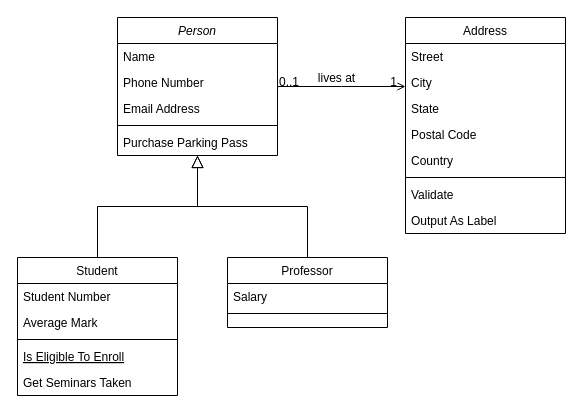
Before: Diagrama sin título.drawio in Yabhier/CodingDojo, a draw.io diagram. Source tidied: cells renumbered, new cells numbered last; positions are measured from the earlier drawing's top-left corner, leaving out a move shared by most shapes. Both pictures are drawn from the tidied source at 100%, with x=0, y=0 at pixel (17, 17).
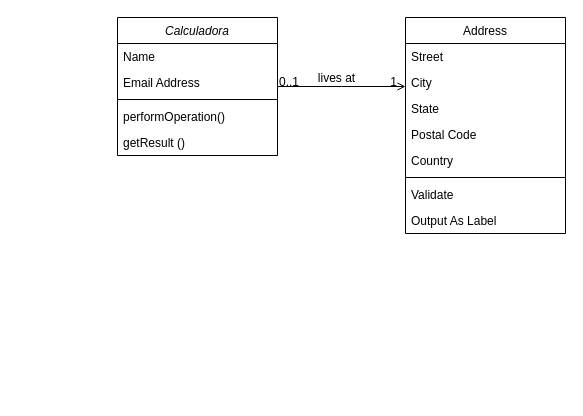
After the change.

What changed in the source:
```diff
@@
-    <mxCell id="2" value="Person" style="swimlane;fontStyle=2;align=center;verticalAlign=top;horizontal=1;startSize=26;rounded=0;shadow=0;strokeWidth=1;" parent="1" vertex="1">
+    <mxCell id="2" value="Calculadora" style="swimlane;fontStyle=2;align=center;verticalAlign=top;horizontal=1;startSize=26;rounded=0;shadow=0;strokeWidth=1;" parent="1" vertex="1">
       <mxGeometry x="100" width="160" height="138" as="geometry" />
     </mxCell>
@@
-    <mxCell id="4" value="Phone Number" style="text;align=left;verticalAlign=top;spacingLeft=4;spacingRight=4;overflow=hidden;rounded=0;shadow=0;html=0;" parent="2" vertex="1">
-      <mxGeometry y="52" width="160" height="26" as="geometry" />
-    </mxCell>
     <mxCell id="5" value="Email Address" style="text;align=left;verticalAlign=top;spacingLeft=4;spacingRight=4;overflow=hidden;rounded=0;shadow=0;html=0;" parent="2" vertex="1">
-      <mxGeometry y="78" width="160" height="26" as="geometry" />
+      <mxGeometry y="52" width="160" height="26" as="geometry" />
     </mxCell>
     <mxCell id="6" style="line;html=1;strokeWidth=1;align=left;verticalAlign=middle;spacingTop=-1;spacingLeft=3;spacingRight=3;labelPosition=right;" parent="2" vertex="1">
-      <mxGeometry y="104" width="160" height="8" as="geometry" />
+      <mxGeometry y="78" width="160" height="8" as="geometry" />
     </mxCell>
-    <mxCell id="7" value="Purchase Parking Pass" style="text;align=left;verticalAlign=top;spacingLeft=4;spacingRight=4;overflow=hidden;" parent="2" vertex="1">
-      <mxGeometry y="112" width="160" height="26" as="geometry" />
+    <mxCell id="7" value="performOperation()" style="text;align=left;verticalAlign=top;spacingLeft=4;spacingRight=4;overflow=hidden;" parent="2" vertex="1">
+      <mxGeometry y="86" width="160" height="26" as="geometry" />
     </mxCell>
-    <mxCell id="8" value="Student" style="swimlane;fontStyle=0;align=center;verticalAlign=top;horizontal=1;startSize=26;rounded=0;shadow=0;strokeWidth=1;" parent="1" vertex="1">
-      <mxGeometry y="240" width="160" height="138" as="geometry" />
-    </mxCell>
-    <mxCell id="9" value="Student Number" style="text;align=left;verticalAlign=top;spacingLeft=4;spacingRight=4;overflow=hidden;" parent="8" vertex="1">
-      <mxGeometry y="26" width="160" height="26" as="geometry" />
-    </mxCell>
-    <mxCell id="10" value="Average Mark" style="text;align=left;verticalAlign=top;spacingLeft=4;spacingRight=4;overflow=hidden;rounded=0;shadow=0;html=0;" parent="8" vertex="1">
-      <mxGeometry y="52" width="160" height="26" as="geometry" />
-    </mxCell>
-    <mxCell id="11" style="line;html=1;strokeWidth=1;align=left;verticalAlign=middle;spacingTop=-1;spacingLeft=3;spacingRight=3;labelPosition=right;" parent="8" vertex="1">
-      <mxGeometry y="78" width="160" height="8" as="geometry" />
-    </mxCell>
-    <mxCell id="12" value="Is Eligible To Enroll" style="text;align=left;verticalAlign=top;spacingLeft=4;spacingRight=4;overflow=hidden;fontStyle=4;" parent="8" vertex="1">
-      <mxGeometry y="86" width="160" height="26" as="geometry" />
-    </mxCell>
-    <mxCell id="13" value="Get Seminars Taken" style="text;align=left;verticalAlign=top;spacingLeft=4;spacingRight=4;overflow=hidden;" parent="8" vertex="1">
-      <mxGeometry y="112" width="160" height="26" as="geometry" />
-    </mxCell>
-    <mxCell id="14" style="endArrow=block;endSize=10;endFill=0;shadow=0;strokeWidth=1;rounded=0;edgeStyle=elbowEdgeStyle;elbow=vertical;" parent="1" edge="1" source="8" target="2">
-      <mxGeometry relative="1" as="geometry" />
-    </mxCell>
-    <mxCell id="15" value="Professor" style="swimlane;fontStyle=0;align=center;verticalAlign=top;horizontal=1;startSize=26;rounded=0;shadow=0;strokeWidth=1;" parent="1" vertex="1">
-      <mxGeometry x="210" y="240" width="160" height="70" as="geometry" />
-    </mxCell>
-    <mxCell id="16" value="Salary" style="text;align=left;verticalAlign=top;spacingLeft=4;spacingRight=4;overflow=hidden;" parent="15" vertex="1">
-      <mxGeometry y="26" width="160" height="26" as="geometry" />
-    </mxCell>
-    <mxCell id="17" style="line;html=1;strokeWidth=1;align=left;verticalAlign=middle;spacingTop=-1;spacingLeft=3;spacingRight=3;labelPosition=right;" parent="15" vertex="1">
-      <mxGeometry y="52" width="160" height="8" as="geometry" />
-    </mxCell>
-    <mxCell id="18" style="endArrow=block;endSize=10;endFill=0;shadow=0;strokeWidth=1;rounded=0;edgeStyle=elbowEdgeStyle;elbow=vertical;" parent="1" edge="1" source="15" target="2">
-      <mxGeometry relative="1" as="geometry" />
-    </mxCell>
+    <mxCell id="32" value="getResult ()&#10;" style="text;align=left;verticalAlign=top;spacingLeft=4;spacingRight=4;overflow=hidden;" parent="2" vertex="1">
+      <mxGeometry y="112" width="160" height="26" as="geometry" />
+    </mxCell>
```
